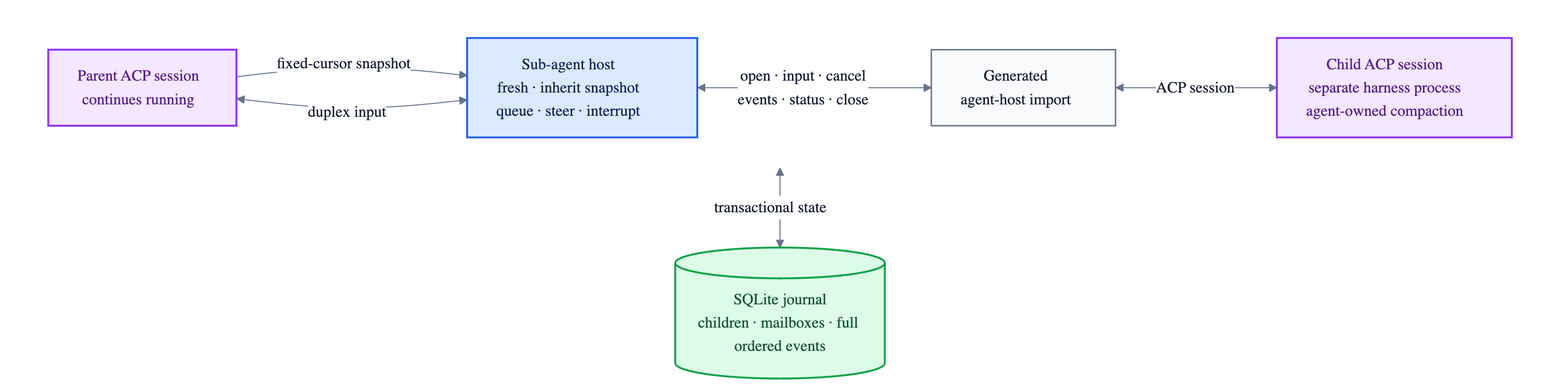
fontanierh/crab keeps this Mermaid diagram as v2/docs/sub-agent-host-flow.png. Above is the earlier version. Its source is kept beside it as v2/docs/sub-agent-host-flow.mmd.
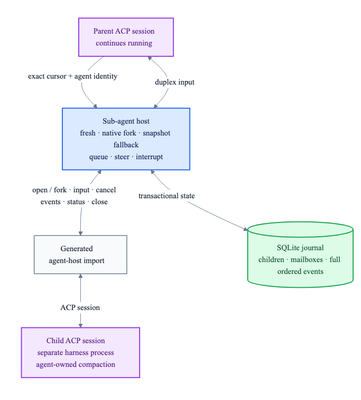
The same file after the commit.

Diff of the diagram source:
```diff
@@ -3,13 +3,13 @@
     subgraph LIVE[" "]
         direction LR
         PARENT["Parent ACP session<br/>continues running"]
-        HOST["Sub-agent host<br/>fresh · inherit snapshot<br/>queue · steer · interrupt"]
+        HOST["Sub-agent host<br/>fresh · native fork · snapshot fallback<br/>queue · steer · interrupt"]
         IMPORT["Generated<br/>agent-host import"]
         CHILD["Child ACP session<br/>separate harness process<br/>agent-owned compaction"]
 
-        PARENT -->|"fixed-cursor snapshot"| HOST
+        PARENT -->|"exact cursor + agent identity"| HOST
         PARENT <-->|"duplex input"| HOST
-        HOST <-->|"open · input · cancel<br/>events · status · close"| IMPORT
+        HOST <-->|"open / fork · input · cancel<br/>events · status · close"| IMPORT
         IMPORT <-->|"ACP session"| CHILD
     end
     DB[("SQLite journal<br/>children · mailboxes · full ordered events")]
```
